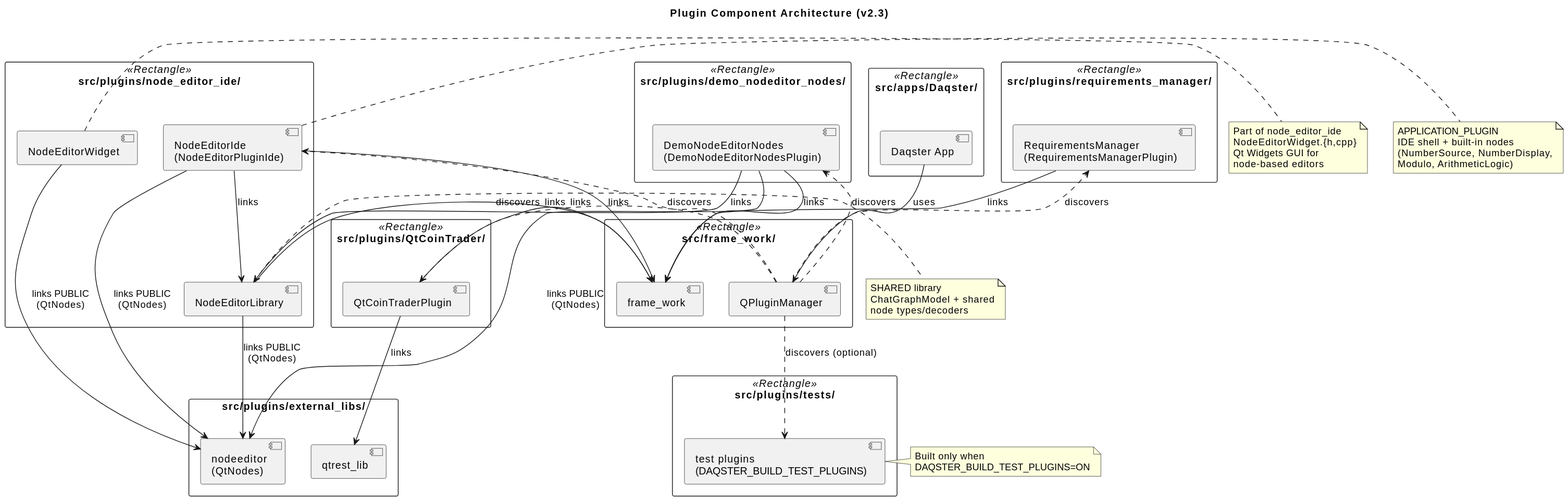
samiavasil/Daqster keeps this PlantUML diagram as docs/diagrams/plugin_components.svg. Above is the earlier version.
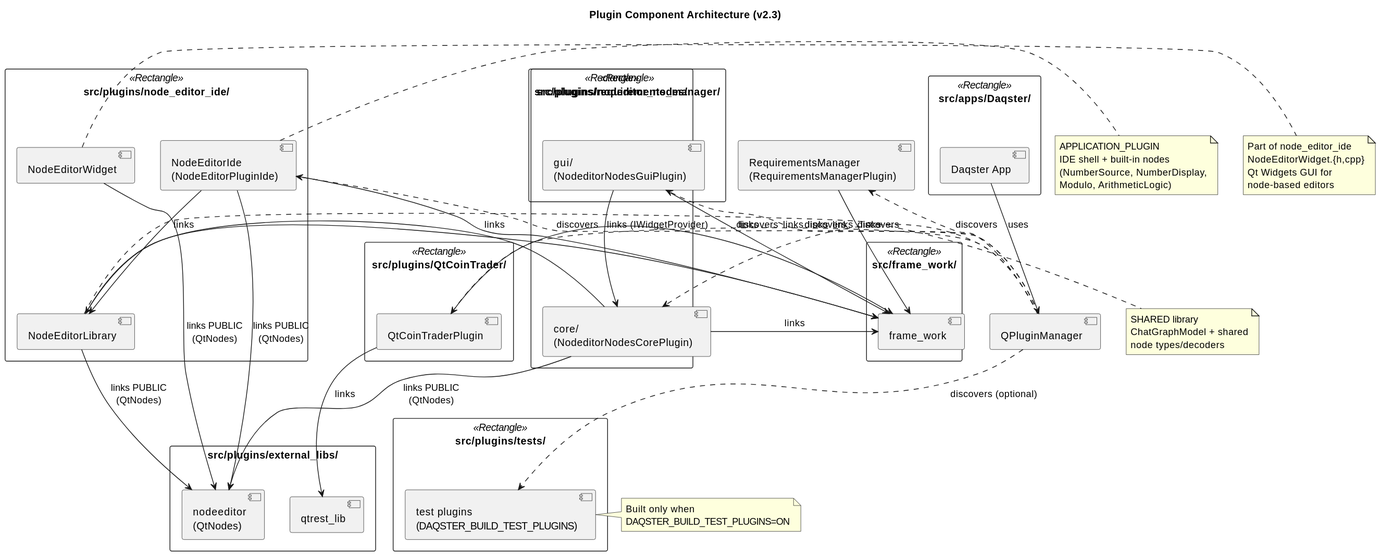
Above is the later version.

The edit, as a diff of the source:
```diff
@@ -16,8 +16,9 @@
   [NodeEditorLibrary] as NEL
 }
 
-package "src/plugins/demo_nodeditor_nodes/" <<Rectangle>> {
-  [DemoNodeEditorNodes\n(DemoNodeEditorNodesPlugin)] as DEMO
+package "src/plugins/nodeditor_nodes/" <<Rectangle>> {
+  [core/\n(NodeditorNodesCorePlugin)] as DEMO
+  [gui/\n(NodeditorNodesGuiPlugin)] as DEMOGUI
 }
 
 package "src/plugins/requirements_manager/" <<Rectangle>> {
@@ -52,6 +53,9 @@
 DEMO --> NODEEDITOR : links PUBLIC\n(QtNodes)
 DEMO --> FW : links
 
+DEMOGUI --> DEMO : links (IWidgetProvider)
+DEMOGUI --> FW : links
+
 RM --> FW : links
 
 QCT --> QTREST : links
@@ -60,6 +64,7 @@
 HOST --> QPM : uses
 QPM ..> IDE : discovers
 QPM ..> DEMO : discovers
+QPM ..> DEMOGUI : discovers
 QPM ..> RM : discovers
 QPM ..> QCT : discovers
 QPM ..> TEST : discovers (optional)
```
